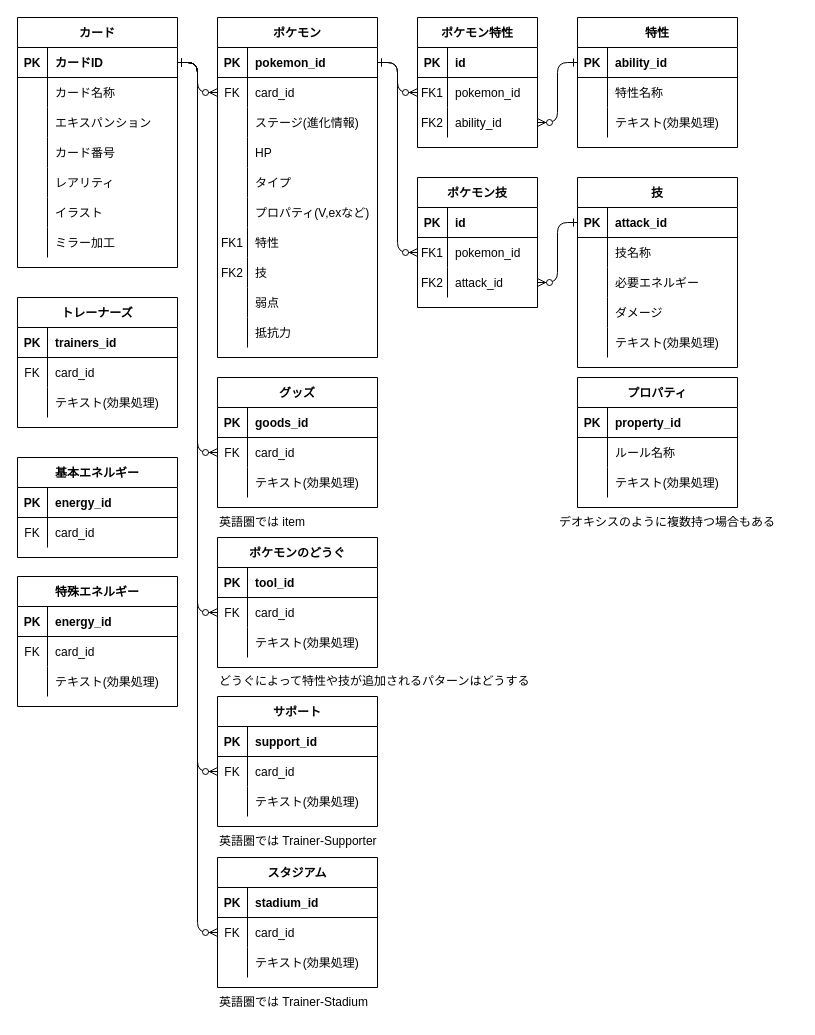
Before: page "ER図仮決定" (3 of 5) of データベース草案.drawio in tinatamago/ptcg, a draw.io diagram. Source tidied: cells renumbered, new cells numbered last; positions are measured from the earlier drawing's top-left corner, leaving out a move shared by most shapes. Both pictures are drawn from the tidied source at 100%, with x=0, y=0 at pixel (17, 17).
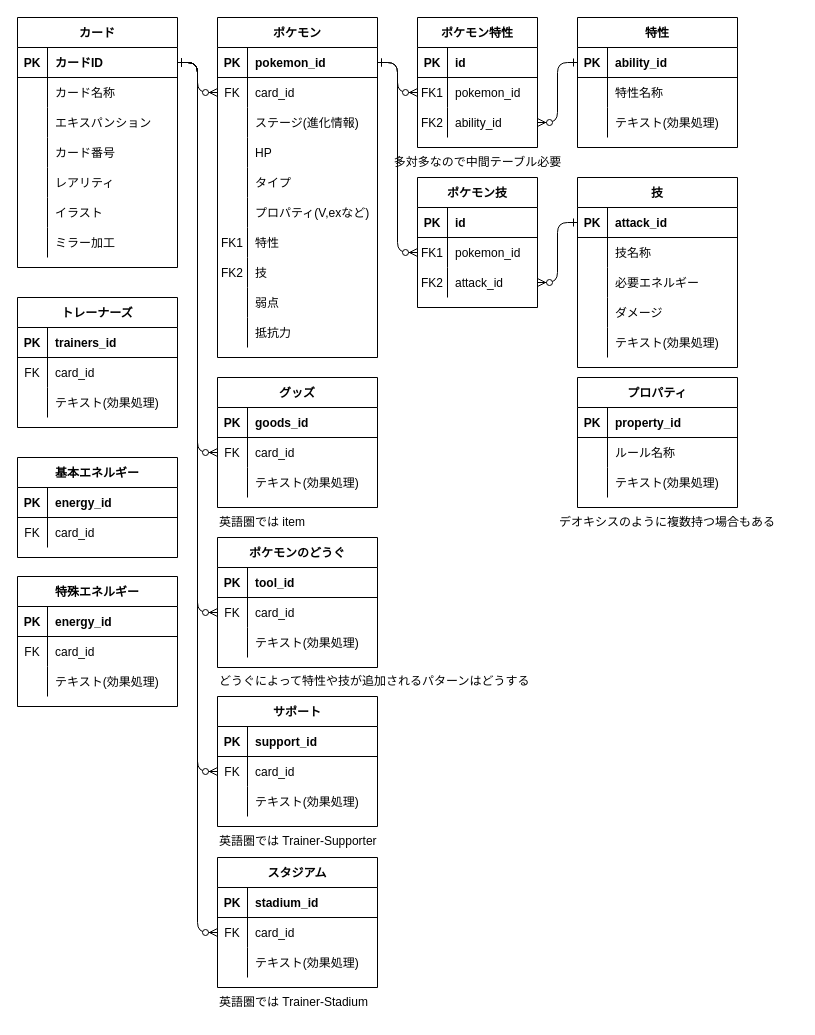
The same diagram, later.

Diff of the diagram source:
```diff
@@
+    <mxCell id="192" value="多対多なので中間テーブル必要" style="text;html=1;align=center;verticalAlign=middle;strokeColor=none;fillColor=none;" parent="1" vertex="1">
+      <mxGeometry x="365" y="130" width="190" height="30" as="geometry" />
+    </mxCell>
```
